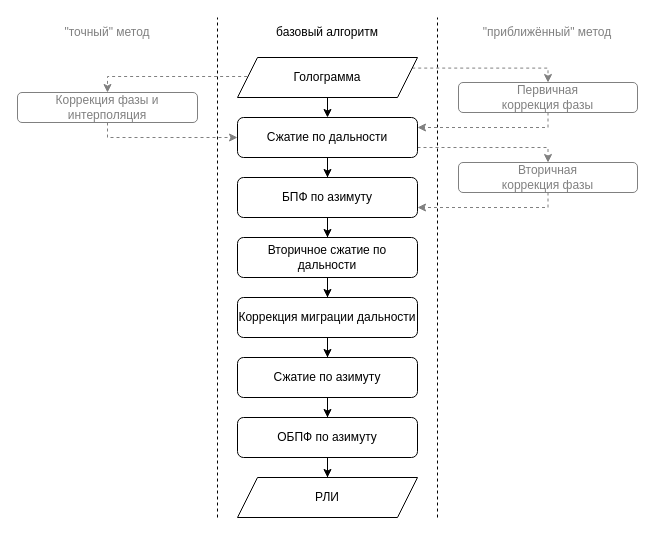
Earlier version of the draw.io diagram images/RDA.drawio (A1rsenij/sar-model). Source tidied: cells renumbered, new cells numbered last; positions are measured from the earlier drawing's top-left corner, leaving out a move shared by most shapes. Both pictures are drawn from the tidied source at 100%, with x=0, y=0 at pixel (17, 17).
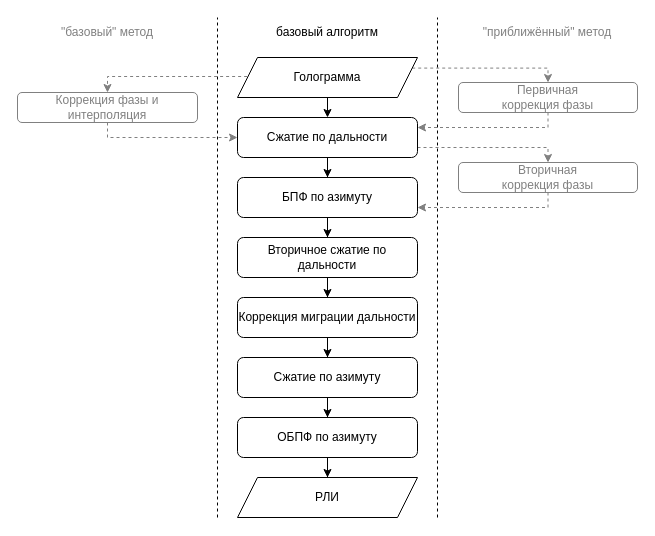
After the change.

Diff of the diagram source:
```diff
@@
-    <mxCell id="19" value="&quot;точный&quot; метод" style="text;align=center;verticalAlign=middle;rounded=0;fontFamily=JetBrains Mono;fontSize=12;fontColor=light-dark(#808080, #ededed);whiteSpace=wrap;" parent="1" vertex="1">
+    <mxCell id="19" value="&quot;базовый&quot; метод" style="text;align=center;verticalAlign=middle;rounded=0;fontFamily=JetBrains Mono;fontSize=12;fontColor=light-dark(#808080, #ededed);whiteSpace=wrap;" parent="1" vertex="1">
       <mxGeometry width="180" height="30" as="geometry" />
     </mxCell>
```
